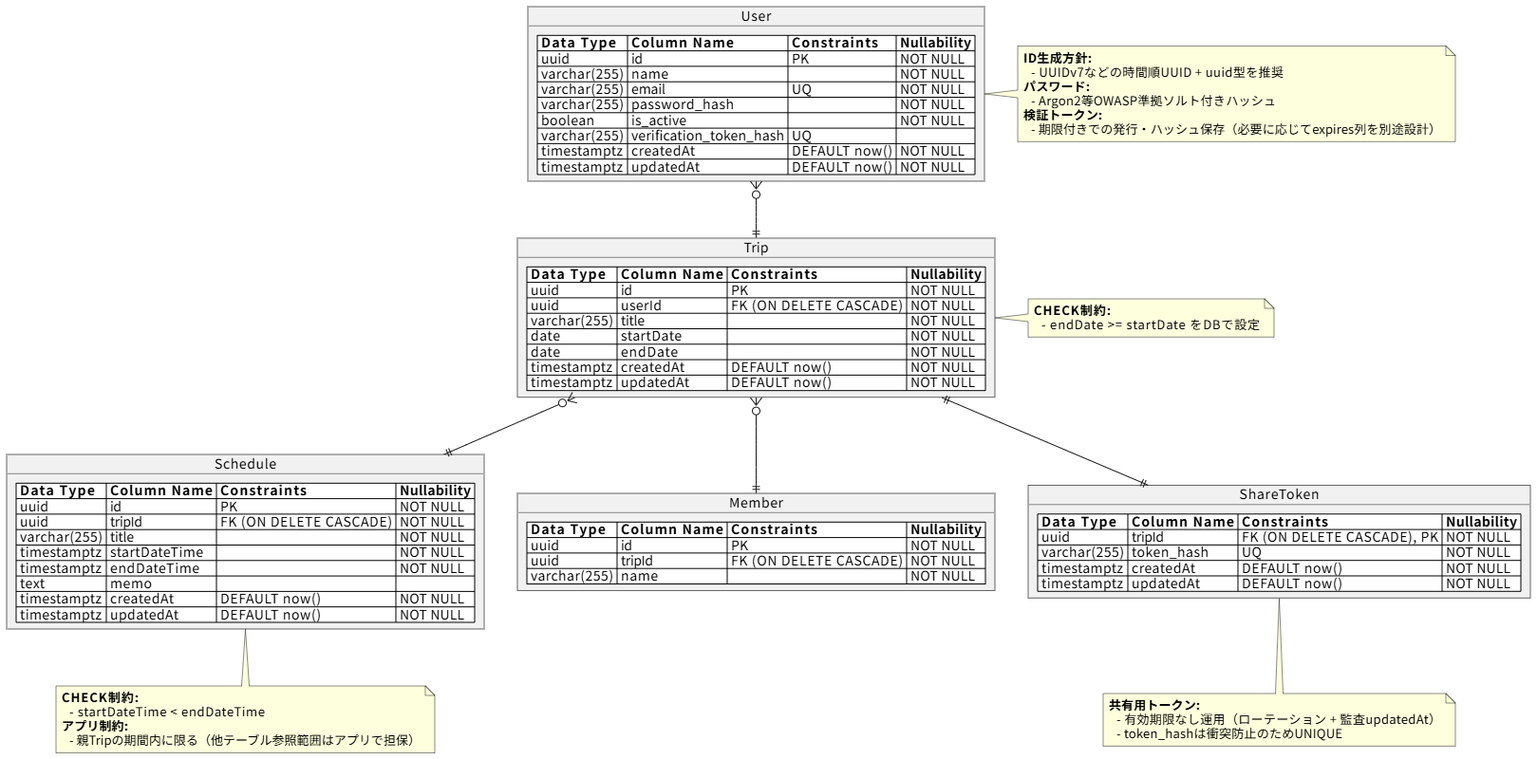
Before: docs/erd/er_diagram.png, a diagram exported from PlantUML (ten10ten10/trip_app). Its source is kept beside it as docs/erd/er_diagram.puml.
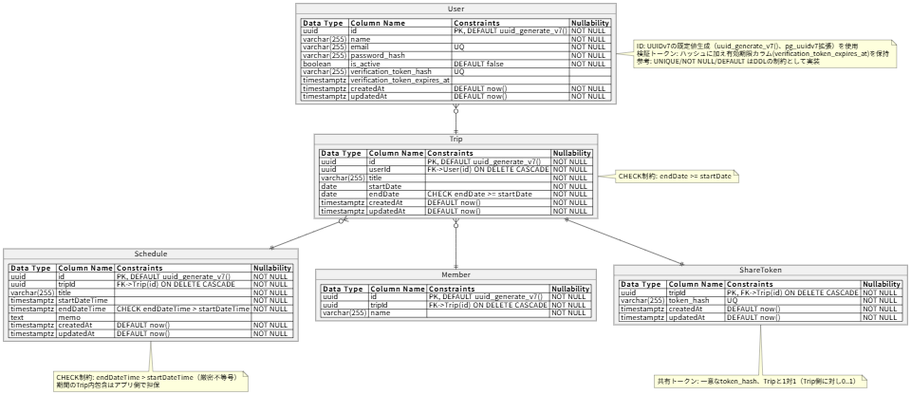
Later version of the same file.

The edit, as a diff of the source:
```diff
@@ -1,76 +1,69 @@
 @startuml
 
 object User {
-  <#white>| <b>Data Type</b> | <b>Column Name</b> | <b>Constraints</b> | <b>Nullability</b> |
-  <#white>| uuid | id | PK | NOT NULL |
-  <#white>| varchar(255) | name | | NOT NULL |
-  <#white>| varchar(255) | email | UQ | NOT NULL |
-  <#white>| varchar(255) | password_hash | | NOT NULL |
-  <#white>| boolean | is_active | | NOT NULL |
-  <#white>| varchar(255) | verification_token_hash | UQ | |
-  <#white>| timestamptz | createdAt | DEFAULT now() | NOT NULL |
-  <#white>| timestamptz | updatedAt | DEFAULT now() | NOT NULL |
+<#white>| <b>Data Type</b> | <b>Column Name</b> | <b>Constraints</b> | <b>Nullability</b> |
+<#white>| uuid | id | PK, DEFAULT uuid_generate_v7() | NOT NULL |
+<#white>| varchar(255) | name | | NOT NULL |
+<#white>| varchar(255) | email | UQ | NOT NULL |
+<#white>| varchar(255) | password_hash | | NOT NULL |
+<#white>| boolean | is_active | DEFAULT false | NOT NULL |
+<#white>| varchar(255) | verification_token_hash | UQ | |
+<#white>| timestamptz | verification_token_expires_at | | |
+<#white>| timestamptz | createdAt | DEFAULT now() | NOT NULL |
+<#white>| timestamptz | updatedAt | DEFAULT now() | NOT NULL |
 }
 note right of User
-  <b>ID生成方針:</b>
-    - UUIDv7などの時間順UUID + uuid型を推奨
-  <b>パスワード:</b>
-    - Argon2等OWASP準拠ソルト付きハッシュ
-  <b>検証トークン:</b>
-    - 期限付きでの発行・ハッシュ保存（必要に応じてexpires列を別途設計）
+ID: UUIDv7の既定値生成（uuid_generate_v7()、pg_uuidv7拡張）を使用
+検証トークン: ハッシュに加え有効期限カラム(verification_token_expires_at)を保持
+参考: UNIQUE/NOT NULL/DEFAULT はDDLの制約として実装
 end note
 
 object Trip {
-  <#white>| <b>Data Type</b> | <b>Column Name</b> | <b>Constraints</b> | <b>Nullability</b> |
-  <#white>| uuid | id | PK | NOT NULL |
-  <#white>| uuid | userId | FK (ON DELETE CASCADE) | NOT NULL |
-  <#white>| varchar(255) | title | | NOT NULL |
-  <#white>| date | startDate | | NOT NULL |
-  <#white>| date | endDate | | NOT NULL |
-  <#white>| timestamptz | createdAt | DEFAULT now() | NOT NULL |
-  <#white>| timestamptz | updatedAt | DEFAULT now() | NOT NULL |
+<#white>| <b>Data Type</b> | <b>Column Name</b> | <b>Constraints</b> | <b>Nullability</b> |
+<#white>| uuid | id | PK, DEFAULT uuid_generate_v7() | NOT NULL |
+<#white>| uuid | userId | FK->User(id) ON DELETE CASCADE | NOT NULL |
+<#white>| varchar(255) | title | | NOT NULL |
+<#white>| date | startDate | | NOT NULL |
+<#white>| date | endDate | CHECK endDate >= startDate | NOT NULL |
+<#white>| timestamptz | createdAt | DEFAULT now() | NOT NULL |
+<#white>| timestamptz | updatedAt | DEFAULT now() | NOT NULL |
 }
 note right of Trip
-  <b>CHECK制約:</b>
-    - endDate >= startDate をDBで設定
+CHECK制約: endDate >= startDate
 end note
 
 object Schedule {
-  <#white>| <b>Data Type</b> | <b>Column Name</b> | <b>Constraints</b> | <b>Nullability</b> |
-  <#white>| uuid | id | PK | NOT NULL |
-  <#white>| uuid | tripId | FK (ON DELETE CASCADE) | NOT NULL |
-  <#white>| varchar(255) | title | | NOT NULL |
-  <#white>| timestamptz | startDateTime | | NOT NULL |
-  <#white>| timestamptz | endDateTime | | NOT NULL |
-  <#white>| text | memo | | |
-  <#white>| timestamptz | createdAt | DEFAULT now() | NOT NULL |
-  <#white>| timestamptz | updatedAt | DEFAULT now() | NOT NULL |
+<#white>| <b>Data Type</b> | <b>Column Name</b> | <b>Constraints</b> | <b>Nullability</b> |
+<#white>| uuid | id | PK, DEFAULT uuid_generate_v7() | NOT NULL |
+<#white>| uuid | tripId | FK->Trip(id) ON DELETE CASCADE | NOT NULL |
+<#white>| varchar(255) | title | | NOT NULL |
+<#white>| timestamptz | startDateTime | | NOT NULL |
+<#white>| timestamptz | endDateTime | CHECK endDateTime > startDateTime | NOT NULL |
+<#white>| text | memo | | |
+<#white>| timestamptz | createdAt | DEFAULT now() | NOT NULL |
+<#white>| timestamptz | updatedAt | DEFAULT now() | NOT NULL |
 }
 note bottom of Schedule
-  <b>CHECK制約:</b>
-    - startDateTime < endDateTime
-  <b>アプリ制約:</b>
-    - 親Tripの期間内に限る（他テーブル参照範囲はアプリで担保）
+CHECK制約: endDateTime > startDateTime（厳密不等号）
+期間のTrip内包含はアプリ側で担保
 end note
 
 object Member {
-  <#white>| <b>Data Type</b> | <b>Column Name</b> | <b>Constraints</b> | <b>Nullability</b> |
-  <#white>| uuid | id | PK | NOT NULL |
-  <#white>| uuid | tripId | FK (ON DELETE CASCADE) | NOT NULL |
-  <#white>| varchar(255) | name | | NOT NULL |
+<#white>| <b>Data Type</b> | <b>Column Name</b> | <b>Constraints</b> | <b>Nullability</b> |
+<#white>| uuid | id | PK, DEFAULT uuid_generate_v7() | NOT NULL |
+<#white>| uuid | tripId | FK->Trip(id) ON DELETE CASCADE | NOT NULL |
+<#white>| varchar(255) | name | | NOT NULL |
 }
 
 object ShareToken {
-  <#white>| <b>Data Type</b> | <b>Column Name</b> | <b>Constraints</b> | <b>Nullability</b> |
-  <#white>| uuid | tripId | FK (ON DELETE CASCADE), PK | NOT NULL |
-  <#white>| varchar(255) | token_hash | UQ | NOT NULL |
-  <#white>| timestamptz | createdAt | DEFAULT now() | NOT NULL |
-  <#white>| timestamptz | updatedAt | DEFAULT now() | NOT NULL |
+<#white>| <b>Data Type</b> | <b>Column Name</b> | <b>Constraints</b> | <b>Nullability</b> |
+<#white>| uuid | tripId | PK, FK->Trip(id) ON DELETE CASCADE | NOT NULL |
+<#white>| varchar(255) | token_hash | UQ | NOT NULL |
+<#white>| timestamptz | createdAt | DEFAULT now() | NOT NULL |
+<#white>| timestamptz | updatedAt | DEFAULT now() | NOT NULL |
 }
 note bottom of ShareToken
-  <b>共有用トークン:</b>
-    - 有効期限なし運用（ローテーション + 監査updatedAt）
-    - token_hashは衝突防止のためUNIQUE
+共有トークン: 一意なtoken_hash、Tripと1対1（Trip側に対し0..1）
 end note
 
 User }o--|| Trip
```
